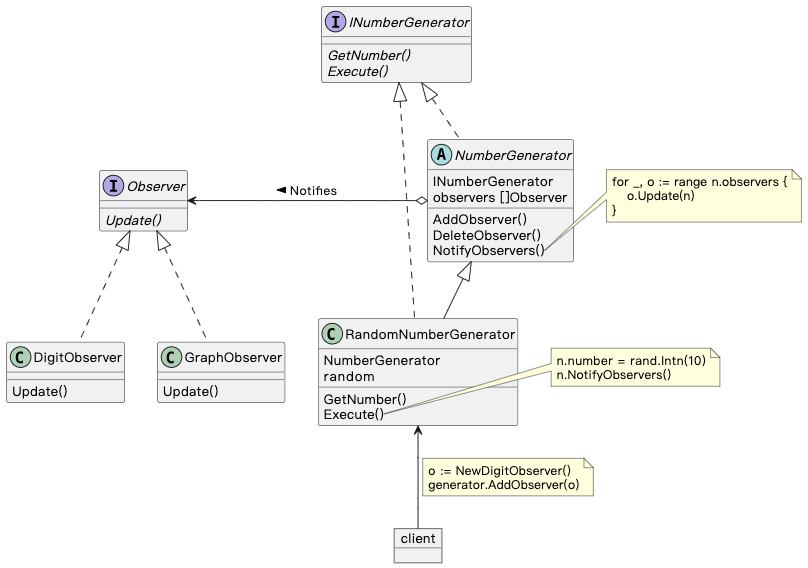
Above: 17_observer/observer.png in A11Might/golang-design-pattern (PlantUML), before the change. Its source is kept beside it as 17_observer/observer.puml.
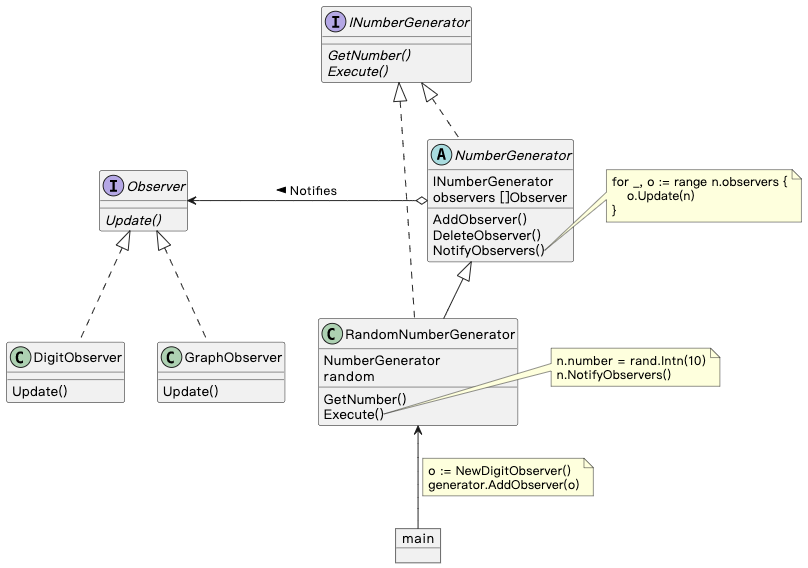
Above is the later version.

Diff of the diagram source:
```diff
@@ -1,6 +1,6 @@
 @startuml
 
-object client
+object main
 interface INumberGenerator {
     {abstract}GetNumber()
     {abstract}Execute()
@@ -43,7 +43,7 @@
 INumberGenerator <|.. NumberGenerator
 INumberGenerator <|.. RandomNumberGenerator
 NumberGenerator <|-- RandomNumberGenerator
-RandomNumberGenerator <-- client
+RandomNumberGenerator <-- main
 note right on link
 	o := NewDigitObserver()
 	generator.AddObserver(o)
```
